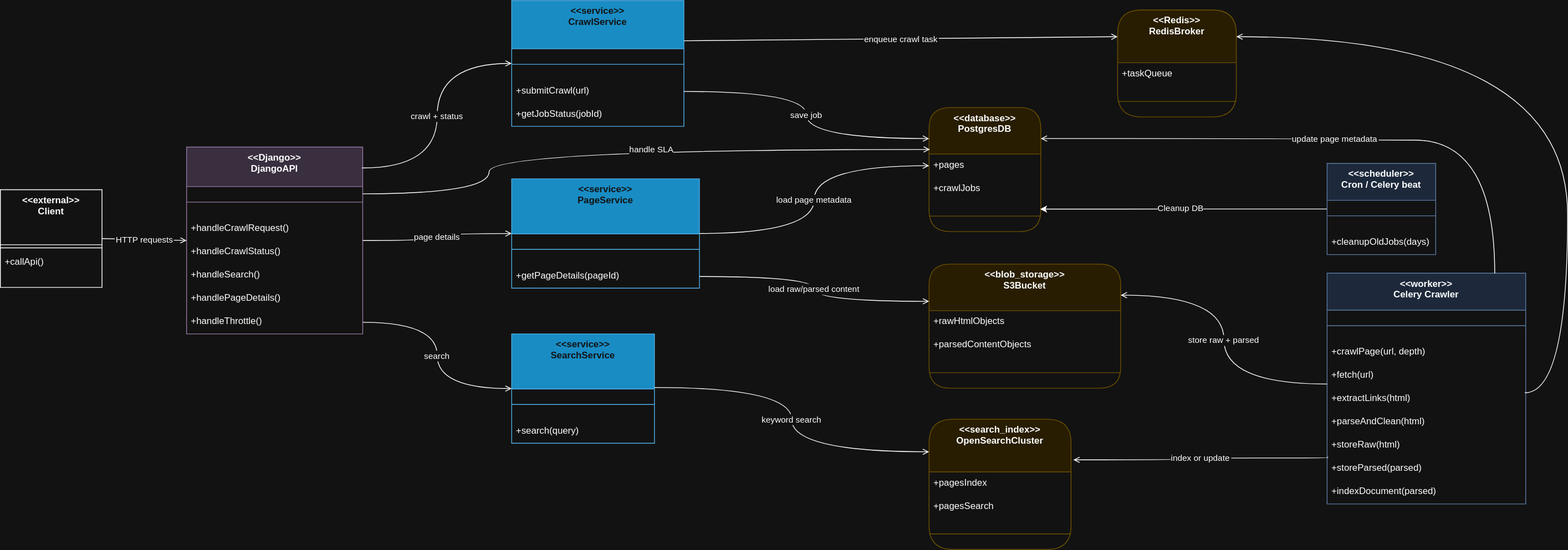
jakerator/search-engine-project keeps this draw.io diagram as docs/architecture.svg. Above is the earlier version. Source tidied: cells renumbered, new cells last; positions are measured from the earlier drawing's top-left corner, leaving out a move shared by most shapes.
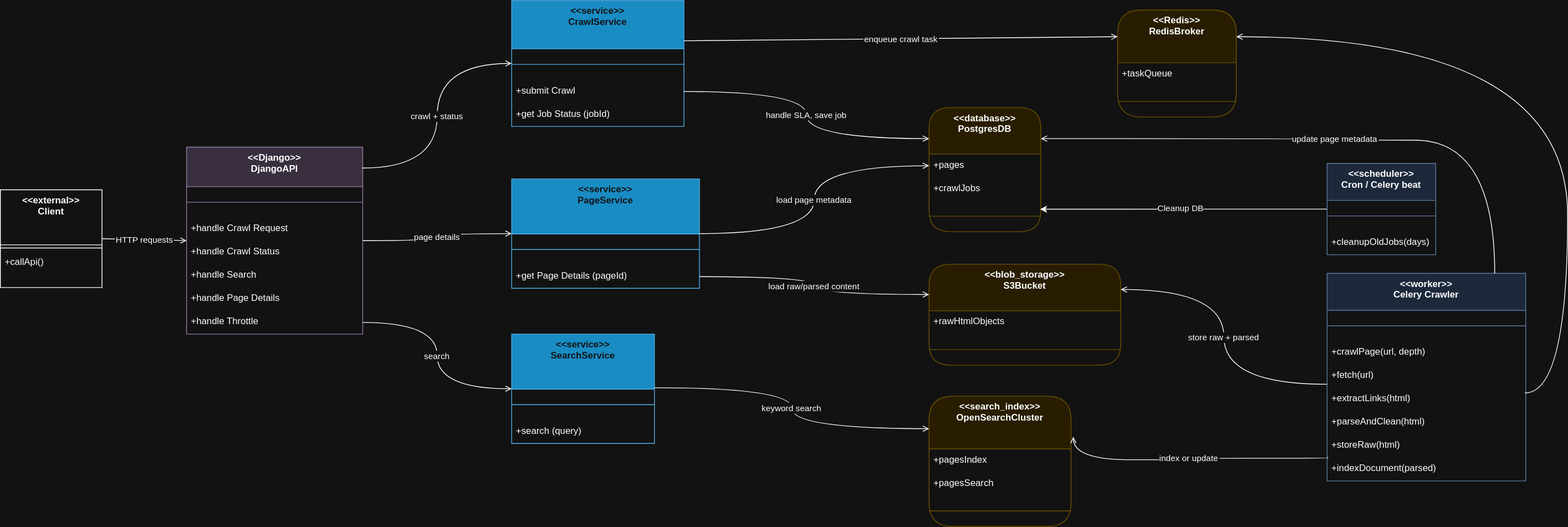
Above is the later version.

The edit, as a diff of the source:
```diff
@@ -17,19 +17,19 @@
     <mxCell id="6" style="line;strokeWidth=1;fillColor=none;align=left;verticalAlign=middle;spacingTop=-1;spacingLeft=3;spacingRight=3;labelPosition=right;strokeColor=inherit;" parent="5" vertex="1">
       <mxGeometry y="51" width="227" height="40" as="geometry" />
     </mxCell>
-    <mxCell id="7" value="+handleCrawlRequest()" style="text;strokeColor=none;fillColor=none;align=left;verticalAlign=top;spacingLeft=4;spacingRight=4;overflow=hidden;" parent="5" vertex="1">
+    <mxCell id="7" value="+handle Crawl Request" style="text;strokeColor=none;fillColor=none;align=left;verticalAlign=top;spacingLeft=4;spacingRight=4;overflow=hidden;" parent="5" vertex="1">
       <mxGeometry y="91" width="227" height="30" as="geometry" />
     </mxCell>
-    <mxCell id="8" value="+handleCrawlStatus()" style="text;strokeColor=none;fillColor=none;align=left;verticalAlign=top;spacingLeft=4;spacingRight=4;overflow=hidden;" parent="5" vertex="1">
+    <mxCell id="8" value="+handle Crawl Status " style="text;strokeColor=none;fillColor=none;align=left;verticalAlign=top;spacingLeft=4;spacingRight=4;overflow=hidden;" parent="5" vertex="1">
       <mxGeometry y="121" width="227" height="30" as="geometry" />
     </mxCell>
-    <mxCell id="9" value="+handleSearch()" style="text;strokeColor=none;fillColor=none;align=left;verticalAlign=top;spacingLeft=4;spacingRight=4;overflow=hidden;" parent="5" vertex="1">
+    <mxCell id="9" value="+handle Search" style="text;strokeColor=none;fillColor=none;align=left;verticalAlign=top;spacingLeft=4;spacingRight=4;overflow=hidden;" parent="5" vertex="1">
       <mxGeometry y="151" width="227" height="30" as="geometry" />
     </mxCell>
-    <mxCell id="10" value="+handlePageDetails()" style="text;strokeColor=none;fillColor=none;align=left;verticalAlign=top;spacingLeft=4;spacingRight=4;overflow=hidden;" parent="5" vertex="1">
+    <mxCell id="10" value="+handle Page Details" style="text;strokeColor=none;fillColor=none;align=left;verticalAlign=top;spacingLeft=4;spacingRight=4;overflow=hidden;" parent="5" vertex="1">
       <mxGeometry y="181" width="227" height="30" as="geometry" />
     </mxCell>
-    <mxCell id="11" value="+handleThrottle()" style="text;strokeColor=none;fillColor=none;align=left;verticalAlign=top;spacingLeft=4;spacingRight=4;overflow=hidden;points=[[0,0.5],[1,0.5]];portConstraint=eastwest;" parent="5" vertex="1">
+    <mxCell id="11" value="+handle Throttle" style="text;strokeColor=none;fillColor=none;align=left;verticalAlign=top;spacingLeft=4;spacingRight=4;overflow=hidden;points=[[0,0.5],[1,0.5]];portConstraint=eastwest;" parent="5" vertex="1">
       <mxGeometry y="211" width="227" height="30" as="geometry" />
     </mxCell>
     <mxCell id="12" value="&lt;&lt;service&gt;&gt;&#10;CrawlService" style="swimlane;fontStyle=1;align=center;verticalAlign=top;horizontal=1;startSize=62.25;fillColor=#1ba1e2;fontColor=#ffffff;strokeColor=#006EAF;" parent="1" vertex="1">
@@ -38,10 +38,10 @@
     <mxCell id="13" style="line;strokeWidth=1;fillColor=none;align=left;verticalAlign=middle;spacingTop=-1;spacingLeft=3;spacingRight=3;labelPosition=right;strokeColor=inherit;" parent="12" vertex="1">
       <mxGeometry y="62.2" width="222" height="40" as="geometry" />
     </mxCell>
-    <mxCell id="14" value="+submitCrawl(url)" style="text;strokeColor=none;fillColor=none;align=left;verticalAlign=top;spacingLeft=4;spacingRight=4;overflow=hidden;points=[[0,0.5],[1,0.5]];portConstraint=eastwest;" parent="12" vertex="1">
+    <mxCell id="14" value="+submit Crawl " style="text;strokeColor=none;fillColor=none;align=left;verticalAlign=top;spacingLeft=4;spacingRight=4;overflow=hidden;points=[[0,0.5],[1,0.5]];portConstraint=eastwest;" parent="12" vertex="1">
       <mxGeometry y="102.2" width="222" height="30" as="geometry" />
     </mxCell>
-    <mxCell id="15" value="+getJobStatus(jobId)" style="text;strokeColor=none;fillColor=none;align=left;verticalAlign=top;spacingLeft=4;spacingRight=4;overflow=hidden;" parent="12" vertex="1">
+    <mxCell id="15" value="+get Job Status (jobId)" style="text;strokeColor=none;fillColor=none;align=left;verticalAlign=top;spacingLeft=4;spacingRight=4;overflow=hidden;" parent="12" vertex="1">
       <mxGeometry y="132.2" width="222" height="30" as="geometry" />
     </mxCell>
     <mxCell id="16" value="&lt;&lt;service&gt;&gt;&#10;SearchService" style="swimlane;fontStyle=1;align=center;verticalAlign=top;horizontal=1;startSize=71;fillColor=#1ba1e2;fontColor=#ffffff;strokeColor=#006EAF;" parent="1" vertex="1">
@@ -50,7 +50,7 @@
     <mxCell id="17" style="line;strokeWidth=1;fillColor=none;align=left;verticalAlign=middle;spacingTop=-1;spacingLeft=3;spacingRight=3;labelPosition=right;strokeColor=inherit;" parent="16" vertex="1">
       <mxGeometry y="71" width="184" height="40" as="geometry" />
     </mxCell>
-    <mxCell id="18" value="+search(query)" style="text;strokeColor=none;fillColor=none;align=left;verticalAlign=top;spacingLeft=4;spacingRight=4;overflow=hidden;" parent="16" vertex="1">
+    <mxCell id="18" value="+search (query)" style="text;strokeColor=none;fillColor=none;align=left;verticalAlign=top;spacingLeft=4;spacingRight=4;overflow=hidden;" parent="16" vertex="1">
       <mxGeometry y="111" width="184" height="30" as="geometry" />
     </mxCell>
     <mxCell id="19" value="&lt;&lt;service&gt;&gt;&#10;PageService" style="swimlane;fontStyle=1;align=center;verticalAlign=top;horizontal=1;startSize=71;fillColor=#1ba1e2;fontColor=#ffffff;strokeColor=#006EAF;" parent="1" vertex="1">
@@ -59,11 +59,11 @@
     <mxCell id="20" style="line;strokeWidth=1;fillColor=none;align=left;verticalAlign=middle;spacingTop=-1;spacingLeft=3;spacingRight=3;labelPosition=right;strokeColor=inherit;" parent="19" vertex="1">
       <mxGeometry y="71" width="242" height="40" as="geometry" />
     </mxCell>
-    <mxCell id="21" value="+getPageDetails(pageId)" style="text;strokeColor=none;fillColor=none;align=left;verticalAlign=top;spacingLeft=4;spacingRight=4;overflow=hidden;points=[[0,0.5],[1,0.5]];portConstraint=eastwest;" parent="19" vertex="1">
+    <mxCell id="21" value="+get Page Details (pageId)" style="text;strokeColor=none;fillColor=none;align=left;verticalAlign=top;spacingLeft=4;spacingRight=4;overflow=hidden;points=[[0,0.5],[1,0.5]];portConstraint=eastwest;" parent="19" vertex="1">
       <mxGeometry y="111" width="242" height="30" as="geometry" />
     </mxCell>
     <mxCell id="22" value="&lt;&lt;worker&gt;&gt;&#10;Celery Crawler" style="swimlane;fontStyle=1;align=center;verticalAlign=top;horizontal=1;startSize=47.66666666666667;fillColor=#dae8fc;strokeColor=#6c8ebf;" parent="1" vertex="1">
-      <mxGeometry x="1710" y="351.7" width="256" height="297.7" as="geometry" />
+      <mxGeometry x="1710" y="351.7" width="256" height="267.7" as="geometry" />
     </mxCell>
     <mxCell id="23" style="line;strokeWidth=1;fillColor=none;align=left;verticalAlign=middle;spacingTop=-1;spacingLeft=3;spacingRight=3;labelPosition=right;strokeColor=inherit;" parent="22" vertex="1">
       <mxGeometry y="47.7" width="256" height="40" as="geometry" />
@@ -83,11 +83,8 @@
     <mxCell id="28" value="+storeRaw(html)" style="text;strokeColor=none;fillColor=none;align=left;verticalAlign=top;spacingLeft=4;spacingRight=4;overflow=hidden;points=[[0,0.5],[1,0.5]];portConstraint=eastwest;" parent="22" vertex="1">
       <mxGeometry y="207.7" width="256" height="30" as="geometry" />
     </mxCell>
-    <mxCell id="29" value="+storeParsed(parsed)" style="text;strokeColor=none;fillColor=none;align=left;verticalAlign=top;spacingLeft=4;spacingRight=4;overflow=hidden;" parent="22" vertex="1">
-      <mxGeometry y="237.7" width="256" height="30" as="geometry" />
-    </mxCell>
     <mxCell id="30" value="+indexDocument(parsed)" style="text;strokeColor=none;fillColor=none;align=left;verticalAlign=top;spacingLeft=4;spacingRight=4;overflow=hidden;" parent="22" vertex="1">
-      <mxGeometry y="267.7" width="256" height="30" as="geometry" />
+      <mxGeometry y="237.7" width="256" height="30" as="geometry" />
     </mxCell>
     <mxCell id="31" value="&lt;&lt;Redis&gt;&gt;&#10;RedisBroker" style="swimlane;fontStyle=1;align=center;verticalAlign=top;horizontal=1;startSize=68;rounded=1;fillColor=#fff2cc;strokeColor=#d6b656;" parent="1" vertex="1">
       <mxGeometry x="1440" y="12.1" width="153" height="138" as="geometry" />
@@ -111,19 +108,16 @@
       <mxGeometry y="120" width="144" height="40" as="geometry" />
     </mxCell>
     <mxCell id="38" value="&lt;&lt;blob_storage&gt;&gt;&#10;S3Bucket" style="swimlane;fontStyle=1;align=center;verticalAlign=top;horizontal=1;startSize=60;rounded=1;swimlaneLine=1;fillColor=#fff2cc;strokeColor=#d6b656;" parent="1" vertex="1">
-      <mxGeometry x="1197" y="340" width="247" height="160" as="geometry" />
+      <mxGeometry x="1197" y="340" width="247" height="130" as="geometry" />
     </mxCell>
     <mxCell id="39" value="+rawHtmlObjects" style="text;strokeColor=none;fillColor=none;align=left;verticalAlign=top;spacingLeft=4;spacingRight=4;overflow=hidden;" parent="38" vertex="1">
       <mxGeometry y="60" width="247" height="30" as="geometry" />
     </mxCell>
-    <mxCell id="40" value="+parsedContentObjects" style="text;strokeColor=none;fillColor=none;align=left;verticalAlign=top;spacingLeft=4;spacingRight=4;overflow=hidden;" parent="38" vertex="1">
-      <mxGeometry y="90" width="247" height="30" as="geometry" />
-    </mxCell>
     <mxCell id="41" style="line;strokeWidth=1;fillColor=none;align=left;verticalAlign=middle;spacingTop=-1;spacingLeft=3;spacingRight=3;labelPosition=right;strokeColor=inherit;" parent="38" vertex="1">
-      <mxGeometry y="120" width="247" height="40" as="geometry" />
+      <mxGeometry y="90" width="247" height="40" as="geometry" />
     </mxCell>
     <mxCell id="42" value="&lt;&lt;search_index&gt;&gt;&#10;OpenSearchCluster" style="swimlane;fontStyle=1;align=center;verticalAlign=top;horizontal=1;startSize=68;shadow=0;rounded=1;fillColor=#fff2cc;strokeColor=#d6b656;" parent="1" vertex="1">
-      <mxGeometry x="1197" y="540" width="183" height="168" as="geometry" />
+      <mxGeometry x="1197" y="510" width="183" height="168" as="geometry" />
     </mxCell>
     <mxCell id="43" value="+pagesIndex" style="text;strokeColor=none;fillColor=none;align=left;verticalAlign=top;spacingLeft=4;spacingRight=4;overflow=hidden;" parent="42" vertex="1">
       <mxGeometry y="68" width="183" height="30" as="geometry" />
@@ -146,7 +140,7 @@
     <mxCell id="49" value="page details" style="curved=1;startArrow=none;endArrow=open;exitX=1;exitY=0.5;entryX=0;entryY=0.5;rounded=0;edgeStyle=orthogonalEdgeStyle;" parent="1" edge="1" source="5" target="19">
       <mxGeometry relative="1" as="geometry" />
     </mxCell>
-    <mxCell id="50" value="save job" style="curved=1;startArrow=none;endArrow=open;exitX=1;exitY=0.5;rounded=0;exitDx=0;exitDy=0;entryX=0;entryY=0.25;entryDx=0;entryDy=0;edgeStyle=orthogonalEdgeStyle;" parent="1" edge="1" source="14" target="34">
+    <mxCell id="50" value="handle SLA, save job" style="curved=1;startArrow=none;endArrow=open;exitX=1;exitY=0.5;rounded=0;exitDx=0;exitDy=0;entryX=0;entryY=0.25;entryDx=0;entryDy=0;edgeStyle=orthogonalEdgeStyle;" parent="1" edge="1" source="14" target="34">
       <mxGeometry relative="1" as="geometry" />
     </mxCell>
     <mxCell id="51" value="enqueue crawl task" style="curved=1;startArrow=none;endArrow=open;exitX=1;exitY=0.32;rounded=0;exitDx=0;exitDy=0;exitPerimeter=0;entryX=0;entryY=0.25;entryDx=0;entryDy=0;" parent="1" edge="1" source="12" target="31">
@@ -191,17 +185,6 @@
         </Array>
       </mxGeometry>
     </mxCell>
-    <mxCell id="59" style="rounded=0;jettySize=auto;html=1;exitX=1;exitY=0.25;exitDx=0;exitDy=0;entryX=0.007;entryY=0.338;entryDx=0;entryDy=0;entryPerimeter=0;edgeStyle=orthogonalEdgeStyle;curved=1;endArrow=open;endFill=0;" parent="1" edge="1" source="5" target="34">
-      <mxGeometry relative="1" as="geometry">
-        <Array as="points">
-          <mxPoint x="630" y="249" />
-          <mxPoint x="630" y="192" />
-        </Array>
-      </mxGeometry>
-    </mxCell>
-    <mxCell id="60" value="handle SLA" style="edgeLabel;html=1;align=center;verticalAlign=middle;" parent="59" vertex="1">
-      <mxGeometry x="0.09" y="1" relative="1" as="geometry" />
-    </mxCell>
     <mxCell id="61" style="edgeStyle=orthogonalEdgeStyle;rounded=0;jettySize=auto;html=1;" parent="1" edge="1" source="63">
       <mxGeometry relative="1" as="geometry">
         <mxPoint x="1340" y="269" as="targetPoint" />
```
